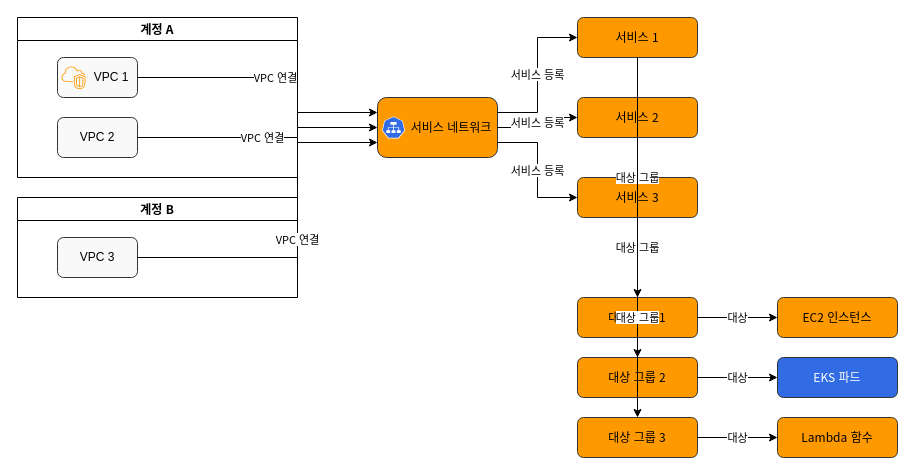
The draw.io diagram assets/generated-diagrams/vpc_lattice_service_network.drawio in Atom-oh/kubernetes-docs, before the edit. Source tidied: cells renumbered, new cells numbered last; positions are measured from the earlier drawing's top-left corner, leaving out a move shared by most shapes. Both pictures are drawn from the tidied source at 100%, with x=0, y=0 at pixel (17, 17).
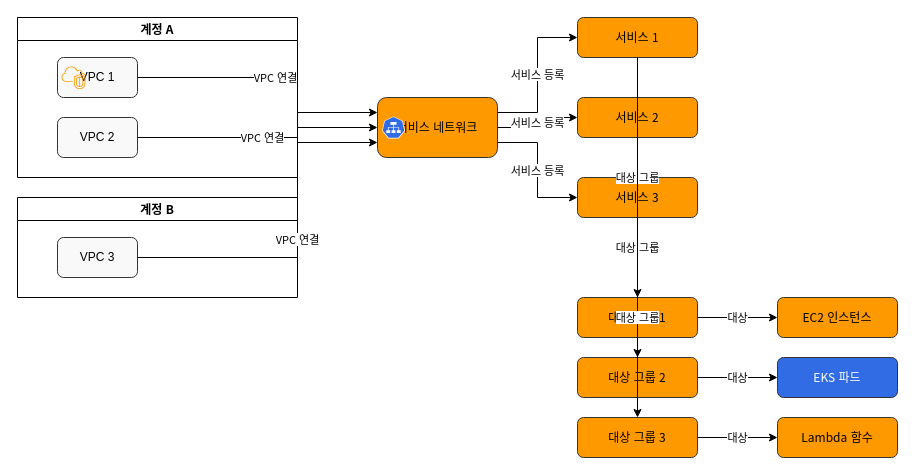
Above is the later version.

The change refers to these unchanged cells:
```xml
<mxCell id="2" value="계정 A" style="swimlane;whiteSpace=wrap;html=1;startSize=23;fontSize=12;fontFamily=Noto Sans CJK KR;" parent="1" vertex="1">
  <mxGeometry width="280" height="160" as="geometry" />
</mxCell>
```

Diff of the diagram source:
```diff
@@
-    <mxCell id="3" value="VPC 1" style="rounded=1;whiteSpace=wrap;html=1;fillColor=#f9f9f9;strokeColor=#333333;fontColor=#000000;fontSize=12;spacingLeft=28;" parent="2" vertex="1">
+    <mxCell id="3" value="VPC 1" style="rounded=1;whiteSpace=wrap;html=1;fillColor=#f9f9f9;strokeColor=#333333;fontColor=#000000;fontSize=12;" parent="2" vertex="1">
       <mxGeometry x="40" y="40" width="80" height="40" as="geometry" />
     </mxCell>
@@
-    <mxCell id="7" value="서비스 네트워크" style="rounded=1;whiteSpace=wrap;html=1;fillColor=#FF9900;strokeColor=#333333;fontColor=#000000;fontSize=12;fontFamily=Noto Sans CJK KR;spacingLeft=28;" parent="1" vertex="1">
+    <mxCell id="7" value="서비스 네트워크" style="rounded=1;whiteSpace=wrap;html=1;fillColor=#FF9900;strokeColor=#333333;fontColor=#000000;fontSize=12;fontFamily=Noto Sans CJK KR;" parent="1" vertex="1">
       <mxGeometry x="360" y="80" width="120" height="60" as="geometry" />
     </mxCell>
```
